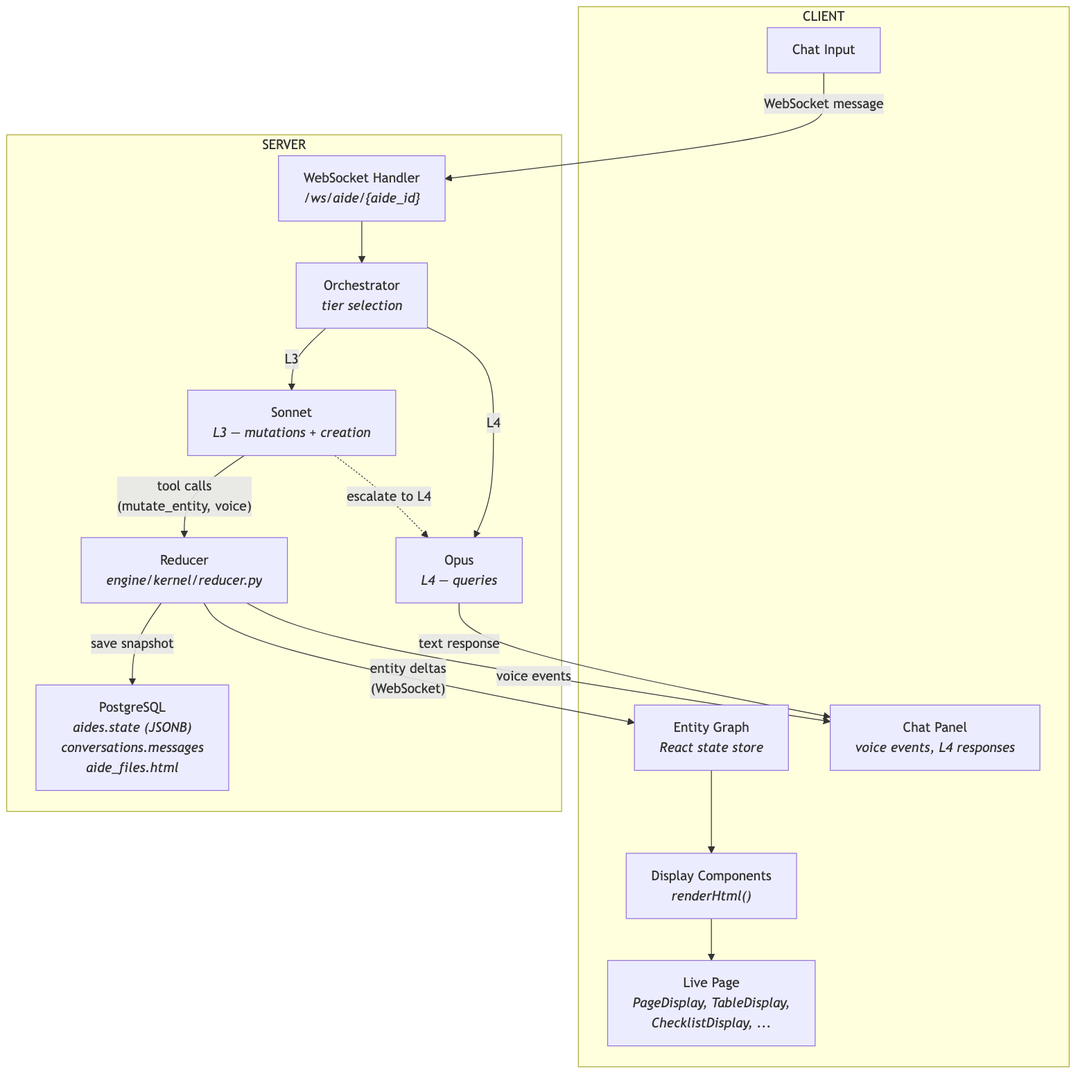
zcancio/aide keeps this Mermaid diagram as docs/eng_design/aide_architecture.png. Above is the earlier version. Its source is kept beside it as docs/eng_design/aide_architecture.mmd.
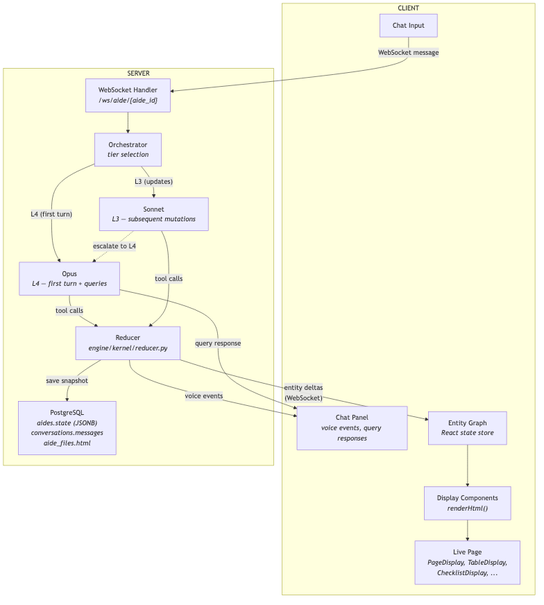
Later version of the same file.

Commit message:
docs: clarify L4 routes first turn and can make tool calls

What changed in the source:
```diff
@@ -2,7 +2,7 @@
     subgraph CLIENT["CLIENT"]
         direction TB
         INPUT["Chat Input"]
-        CHAT["Chat Panel<br/><i>voice events, L4 responses</i>"]
+        CHAT["Chat Panel<br/><i>voice events, query responses</i>"]
         GRAPH["Entity Graph<br/><i>React state store</i>"]
         RENDERER["Display Components<br/><i>renderHtml()</i>"]
         PAGE["Live Page<br/><i>PageDisplay, TableDisplay,<br/>ChecklistDisplay, ...</i>"]
@@ -16,17 +16,18 @@
         WS["WebSocket Handler<br/><i>/ws/aide/{aide_id}</i>"]
         ORCH["Orchestrator<br/><i>tier selection</i>"]
 
-        SONNET["Sonnet<br/><i>L3 — mutations + creation</i>"]
-        OPUS["Opus<br/><i>L4 — queries</i>"]
+        OPUS["Opus<br/><i>L4 — first turn + queries</i>"]
+        SONNET["Sonnet<br/><i>L3 — subsequent mutations</i>"]
 
         REDUCER["Reducer<br/><i>engine/kernel/reducer.py</i>"]
         DB["PostgreSQL<br/><i>aides.state (JSONB)<br/>conversations.messages<br/>aide_files.html</i>"]
 
         WS --> ORCH
-        ORCH -->|"L3"| SONNET
-        ORCH -->|"L4"| OPUS
+        ORCH -->|"L4 (first turn)"| OPUS
+        ORCH -->|"L3 (updates)"| SONNET
 
-        SONNET -->|"tool calls<br/>(mutate_entity, voice)"| REDUCER
+        OPUS -->|"tool calls"| REDUCER
+        SONNET -->|"tool calls"| REDUCER
         SONNET -.->|"escalate to L4"| OPUS
 
         REDUCER -->|"save snapshot"| DB
@@ -35,4 +36,4 @@
     INPUT -->|"WebSocket message"| WS
     REDUCER -->|"entity deltas<br/>(WebSocket)"| GRAPH
     REDUCER -->|"voice events"| CHAT
-    OPUS -->|"text response"| CHAT
+    OPUS -->|"query response"| CHAT
```
